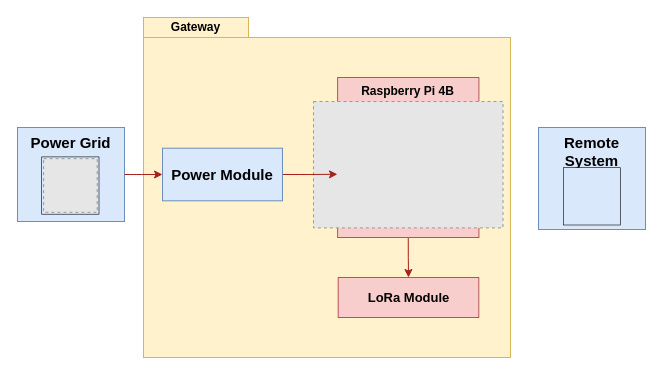
Earlier version of the draw.io diagram page "gateway_hw_arch" (5 of 8) of project/report/flowcharts/system_overview.drawio (ESRGgroup9/slipad). Source tidied: cells renumbered, new cells numbered last; positions are measured from the earlier drawing's top-left corner, leaving out a move shared by most shapes. Both pictures are drawn from the tidied source at 100%, with x=0, y=0 at pixel (17, 17). Pictures stored in the file or linked from it are replaced by grey dashed boxes.
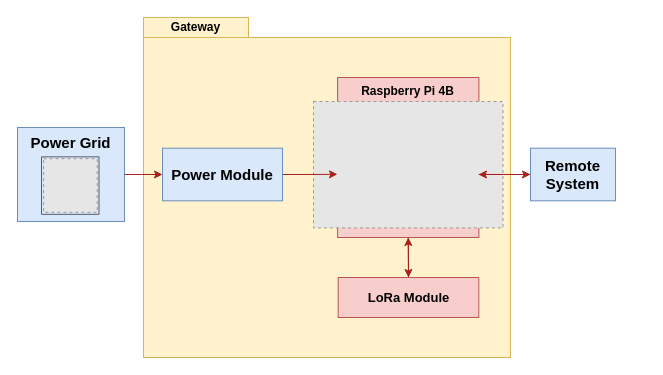
The same diagram, later.

Unchanged cells that the change refers to:
```xml
<mxCell id="5" value="Raspberry Pi 4B" style="rounded=0;whiteSpace=wrap;html=1;fillColor=#f8cecc;strokeColor=#b85450;fontColor=default;verticalAlign=top;fontStyle=1;" parent="1" vertex="1">
  <mxGeometry x="320.1" y="60" width="141.3" height="160" as="geometry" />
</mxCell>
<mxCell id="7" value="LoRa Module" style="text;html=1;strokeColor=#b85450;fillColor=#f8cecc;align=center;verticalAlign=middle;whiteSpace=wrap;rounded=0;sketch=0;fontSize=13;strokeWidth=1;fontStyle=1;" parent="1" vertex="1">
  <mxGeometry x="320.7" y="260" width="140.6" height="40" as="geometry" />
</mxCell>
```

Diff of the diagram source:
```diff
@@
+    <mxCell id="18" style="edgeStyle=orthogonalEdgeStyle;rounded=1;jettySize=auto;html=1;entryX=0.5;entryY=1;entryDx=0;entryDy=0;strokeColor=#A8201A;" parent="1" edge="1" source="7" target="5">
+      <mxGeometry relative="1" as="geometry" />
+    </mxCell>
@@
-    <mxCell id="15" style="group;" parent="1" vertex="1">
-      <mxGeometry x="521" y="110" width="107" height="102" as="geometry" />
-    </mxCell>
+    <mxCell id="19" style="edgeStyle=orthogonalEdgeStyle;rounded=1;jettySize=auto;html=1;strokeColor=#A8201A;" parent="1" edge="1" source="16">
+      <mxGeometry relative="1" as="geometry">
+        <mxPoint x="461" y="157" as="targetPoint" />
+      </mxGeometry>
+    </mxCell>
-    <mxCell id="16" value="Remote System" style="rounded=0;whiteSpace=wrap;html=1;fillColor=#dae8fc;strokeColor=#6c8ebf;fontColor=default;fontStyle=1;verticalAlign=top;fontSize=15;" parent="15" vertex="1">
-      <mxGeometry width="107" height="102" as="geometry" />
+    <mxCell id="16" value="&lt;div align=&quot;center&quot;&gt;Remote System&lt;/div&gt;" style="rounded=0;whiteSpace=wrap;html=1;fillColor=#dae8fc;strokeColor=#6c8ebf;fontColor=default;fontStyle=1;verticalAlign=middle;fontSize=15;" parent="1" vertex="1">
+      <mxGeometry x="513" y="130.7" width="85" height="52.6" as="geometry" />
     </mxCell>
-    <mxCell id="17" style="whiteSpace=wrap;html=1;rounded=0;sketch=0;fillColor=#dae8fc;strokeColor=#000000;strokeWidth=0.6;fontColor=default;" parent="15" vertex="1">
-      <mxGeometry x="24.8" y="40.2" width="57.3" height="57.3" as="geometry" />
-    </mxCell>
+    <mxCell id="20" style="edgeStyle=orthogonalEdgeStyle;rounded=1;jettySize=auto;html=1;strokeColor=#A8201A;entryX=0;entryY=0.5;entryDx=0;entryDy=0;exitX=0.998;exitY=0.606;exitDx=0;exitDy=0;exitPerimeter=0;" parent="1" edge="1" source="5" target="16">
+      <mxGeometry relative="1" as="geometry" />
+    </mxCell>
```
